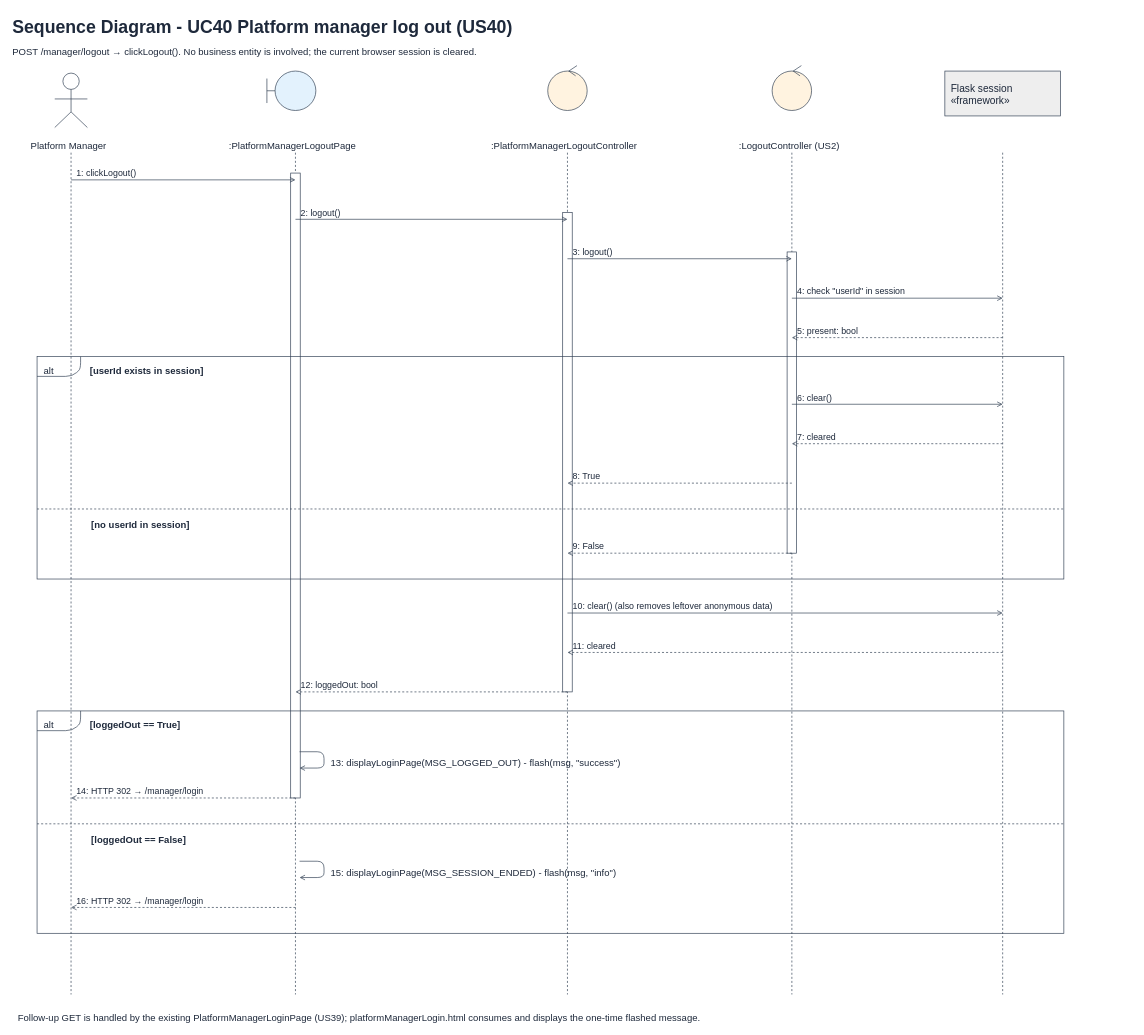
Above: page "6 Sequence Diagram" (7 of 7) of Sprint_3/US40 - Platform Manager Log out/US40 Platform manager log out.drawio in Hanzxc/CSIT314-ARCHSS (draw.io), before the change. Source tidied: cells renumbered, new cells numbered last; positions are measured from the earlier drawing's top-left corner, leaving out a move shared by most shapes. Both pictures are drawn from the tidied source at 68%, with x=0, y=0 at pixel (11, 11).
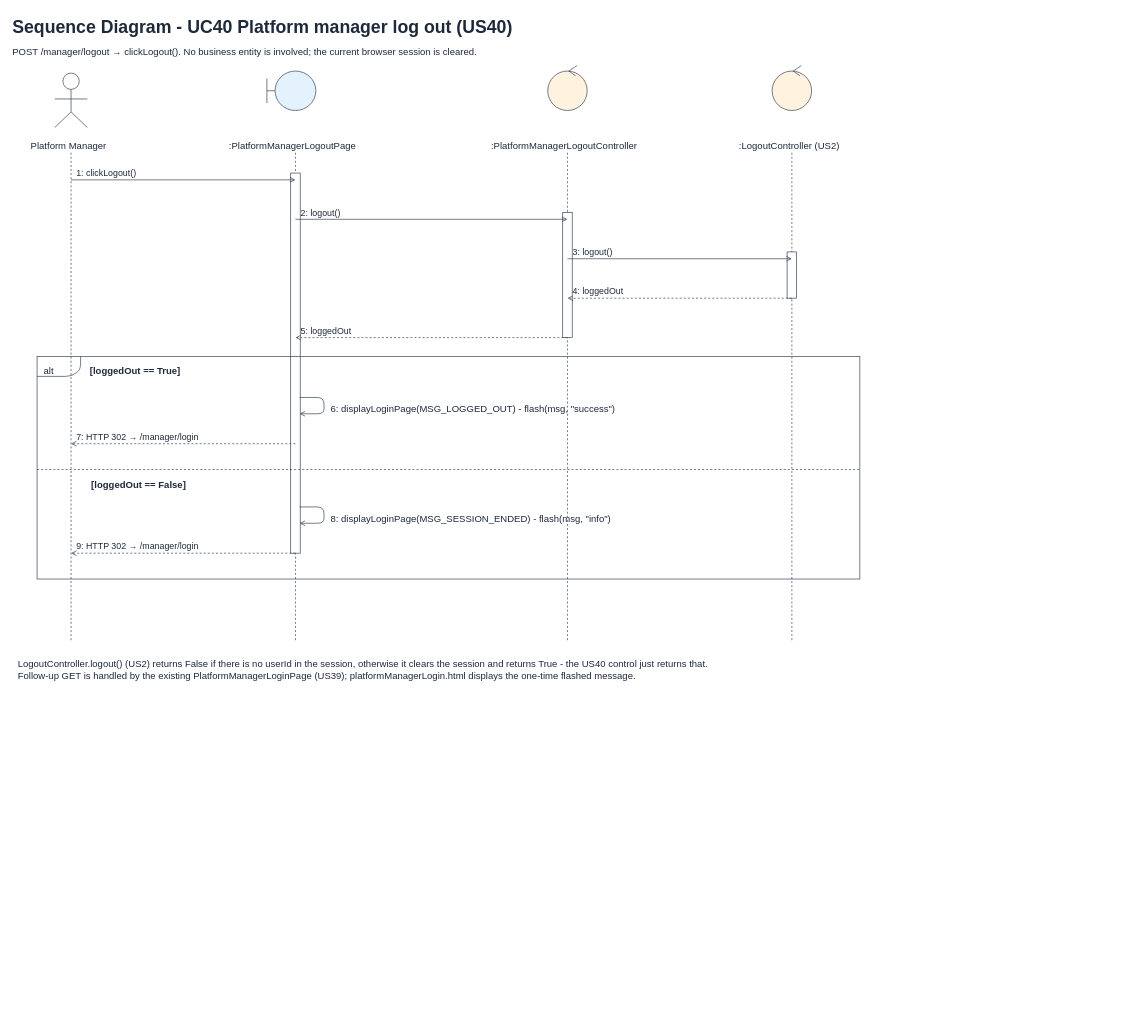
After the change.

Diff of the diagram source:
```diff
@@
-    <mxCell id="3" style="endArrow=none;html=0;dashed=1;strokeColor=#334155;" parent="1" edge="1">
-      <mxGeometry relative="1" as="geometry">
-        <mxPoint x="1458" y="208" as="sourcePoint" />
-        <mxPoint x="1458" y="1446" as="targetPoint" />
-      </mxGeometry>
-    </mxCell>
     <mxCell id="4" style="endArrow=none;html=0;dashed=1;strokeColor=#334155;" parent="1" edge="1">
       <mxGeometry relative="1" as="geometry">
         <mxPoint x="1148" y="208" as="sourcePoint" />
-        <mxPoint x="1148" y="1446" as="targetPoint" />
+        <mxPoint x="1148" y="925" as="targetPoint" />
       </mxGeometry>
     </mxCell>
     <mxCell id="5" style="endArrow=none;html=0;dashed=1;strokeColor=#334155;" parent="1" edge="1">
       <mxGeometry relative="1" as="geometry">
         <mxPoint x="818" y="208" as="sourcePoint" />
-        <mxPoint x="818" y="1446" as="targetPoint" />
+        <mxPoint x="818" y="925" as="targetPoint" />
       </mxGeometry>
     </mxCell>
     <mxCell id="6" style="endArrow=none;html=0;dashed=1;strokeColor=#334155;" parent="1" edge="1">
       <mxGeometry relative="1" as="geometry">
         <mxPoint x="418" y="208" as="sourcePoint" />
-        <mxPoint x="418" y="1446" as="targetPoint" />
+        <mxPoint x="418" y="925" as="targetPoint" />
       </mxGeometry>
     </mxCell>
     <mxCell id="7" style="endArrow=none;html=0;dashed=1;strokeColor=#334155;" parent="1" edge="1">
       <mxGeometry relative="1" as="geometry">
         <mxPoint x="88" y="208" as="sourcePoint" />
-        <mxPoint x="88" y="1446" as="targetPoint" />
+        <mxPoint x="88" y="925" as="targetPoint" />
       </mxGeometry>
     </mxCell>
     <mxCell id="8" style="rounded=0;whiteSpace=wrap;fillColor=#ffffff;strokeColor=#334155;" parent="1" vertex="1">
-      <mxGeometry x="1141" y="354" width="14" height="443" as="geometry" />
+      <mxGeometry x="1141" y="354" width="14" height="68" as="geometry" />
     </mxCell>
     <mxCell id="9" style="rounded=0;whiteSpace=wrap;fillColor=#ffffff;strokeColor=#334155;" parent="1" vertex="1">
-      <mxGeometry x="811" y="296" width="14" height="705" as="geometry" />
+      <mxGeometry x="811" y="296" width="14" height="184" as="geometry" />
     </mxCell>
     <mxCell id="10" style="rounded=0;whiteSpace=wrap;fillColor=#ffffff;strokeColor=#334155;" parent="1" vertex="1">
-      <mxGeometry x="411" y="238" width="14" height="919" as="geometry" />
+      <mxGeometry x="411" y="238" width="14" height="559" as="geometry" />
     </mxCell>
@@
-    <mxCell id="30" style="rounded=0;whiteSpace=wrap;fillColor=#eeeeee;strokeColor=#334155;" parent="1" vertex="1">
-      <mxGeometry x="1373" y="88" width="170" height="66" as="geometry" />
-    </mxCell>
-    <mxCell id="31" value="Flask session&#10;«framework»" style="text;html=0;align=left;verticalAlign=top;fontSize=15;fontStyle=0;fontColor=#1e293b;" parent="1" vertex="1">
-      <mxGeometry x="1380" y="98" width="160" height="44" as="geometry" />
-    </mxCell>
@@
-    <mxCell id="38" style="endArrow=open;html=0;dashed=0;strokeColor=#334155;" parent="1" edge="1">
-      <mxGeometry relative="1" as="geometry">
-        <mxPoint x="1148" y="422" as="sourcePoint" />
-        <mxPoint x="1458" y="422" as="targetPoint" />
-      </mxGeometry>
-    </mxCell>
-    <mxCell id="39" value="4: check &quot;userId&quot; in session" style="text;html=0;align=left;verticalAlign=top;fontSize=13;fontStyle=0;fontColor=#1e293b;" parent="1" vertex="1">
-      <mxGeometry x="1154" y="398" width="302" height="22" as="geometry" />
-    </mxCell>
-    <mxCell id="40" style="endArrow=open;html=0;dashed=1;strokeColor=#334155;" parent="1" edge="1">
-      <mxGeometry relative="1" as="geometry">
-        <mxPoint x="1458" y="480" as="sourcePoint" />
-        <mxPoint x="1148" y="480" as="targetPoint" />
-      </mxGeometry>
-    </mxCell>
-    <mxCell id="41" value="5: present: bool" style="text;html=0;align=left;verticalAlign=top;fontSize=13;fontStyle=0;fontColor=#1e293b;" parent="1" vertex="1">
-      <mxGeometry x="1154" y="456" width="302" height="22" as="geometry" />
-    </mxCell>
-    <mxCell id="42" style="endArrow=open;html=0;dashed=0;strokeColor=#334155;" parent="1" edge="1">
-      <mxGeometry relative="1" as="geometry">
-        <mxPoint x="1148" y="578" as="sourcePoint" />
-        <mxPoint x="1458" y="578" as="targetPoint" />
-      </mxGeometry>
-    </mxCell>
-    <mxCell id="43" value="6: clear()" style="text;html=0;align=left;verticalAlign=top;fontSize=13;fontStyle=0;fontColor=#1e293b;" parent="1" vertex="1">
-      <mxGeometry x="1154" y="554" width="302" height="22" as="geometry" />
-    </mxCell>
-    <mxCell id="44" style="endArrow=open;html=0;dashed=1;strokeColor=#334155;" parent="1" edge="1">
-      <mxGeometry relative="1" as="geometry">
-        <mxPoint x="1458" y="636" as="sourcePoint" />
-        <mxPoint x="1148" y="636" as="targetPoint" />
-      </mxGeometry>
-    </mxCell>
-    <mxCell id="45" value="7: cleared" style="text;html=0;align=left;verticalAlign=top;fontSize=13;fontStyle=0;fontColor=#1e293b;" parent="1" vertex="1">
-      <mxGeometry x="1154" y="612" width="302" height="22" as="geometry" />
-    </mxCell>
     <mxCell id="46" style="endArrow=open;html=0;dashed=1;strokeColor=#334155;" parent="1" edge="1">
       <mxGeometry relative="1" as="geometry">
-        <mxPoint x="1148" y="694" as="sourcePoint" />
-        <mxPoint x="818" y="694" as="targetPoint" />
+        <mxPoint x="1148" y="422" as="sourcePoint" />
+        <mxPoint x="818" y="422" as="targetPoint" />
       </mxGeometry>
     </mxCell>
-    <mxCell id="47" value="8: True" style="text;html=0;align=left;verticalAlign=top;fontSize=13;fontStyle=0;fontColor=#1e293b;" parent="1" vertex="1">
-      <mxGeometry x="824" y="670" width="322" height="22" as="geometry" />
+    <mxCell id="47" value="4: loggedOut" style="text;html=0;align=left;verticalAlign=top;fontSize=13;fontStyle=0;fontColor=#1e293b;" parent="1" vertex="1">
+      <mxGeometry x="824" y="398" width="322" height="22" as="geometry" />
     </mxCell>
-    <mxCell id="48" style="endArrow=open;html=0;dashed=1;strokeColor=#334155;" parent="1" edge="1">
-      <mxGeometry relative="1" as="geometry">
-        <mxPoint x="1148" y="797" as="sourcePoint" />
-        <mxPoint x="818" y="797" as="targetPoint" />
-      </mxGeometry>
-    </mxCell>
-    <mxCell id="49" value="9: False" style="text;html=0;align=left;verticalAlign=top;fontSize=13;fontStyle=0;fontColor=#1e293b;" parent="1" vertex="1">
-      <mxGeometry x="824" y="773" width="322" height="22" as="geometry" />
-    </mxCell>
-    <mxCell id="50" style="rounded=0;whiteSpace=wrap;fillColor=none;strokeColor=#334155;" parent="1" vertex="1">
-      <mxGeometry x="38" y="508" width="1510" height="327" as="geometry" />
-    </mxCell>
-    <mxCell id="51" style="endArrow=none;html=0;dashed=0;strokeColor=#334155;" parent="1" edge="1">
-      <mxGeometry relative="1" as="geometry">
-        <mxPoint x="38" y="537" as="sourcePoint" />
-        <mxPoint x="102" y="508" as="targetPoint" />
-        <Array as="points">
-          <mxPoint x="90" y="537" />
-          <mxPoint x="102" y="526" />
-        </Array>
-      </mxGeometry>
-    </mxCell>
-    <mxCell id="52" value="alt" style="text;html=0;align=left;verticalAlign=top;fontSize=14;fontStyle=0;fontColor=#1e293b;" parent="1" vertex="1">
-      <mxGeometry x="46" y="514" width="23" height="23" as="geometry" />
-    </mxCell>
-    <mxCell id="53" value="[userId exists in session]" style="text;html=0;align=left;verticalAlign=top;fontSize=14;fontStyle=1;fontColor=#1e293b;" parent="1" vertex="1">
-      <mxGeometry x="114" y="514" width="181" height="23" as="geometry" />
-    </mxCell>
-    <mxCell id="54" style="endArrow=none;html=0;dashed=1;strokeColor=#334155;" parent="1" edge="1">
-      <mxGeometry relative="1" as="geometry">
-        <mxPoint x="38" y="732" as="sourcePoint" />
-        <mxPoint x="1548" y="732" as="targetPoint" />
-      </mxGeometry>
-    </mxCell>
-    <mxCell id="55" value="[no userId in session]" style="text;html=0;align=left;verticalAlign=top;fontSize=14;fontStyle=1;fontColor=#1e293b;" parent="1" vertex="1">
-      <mxGeometry x="116" y="740" width="158" height="23" as="geometry" />
-    </mxCell>
-    <mxCell id="56" style="endArrow=open;html=0;dashed=0;strokeColor=#334155;" parent="1" edge="1">
-      <mxGeometry relative="1" as="geometry">
-        <mxPoint x="818" y="885" as="sourcePoint" />
-        <mxPoint x="1458" y="885" as="targetPoint" />
-      </mxGeometry>
-    </mxCell>
-    <mxCell id="57" value="10: clear() (also removes leftover anonymous data)" style="text;html=0;align=left;verticalAlign=top;fontSize=13;fontStyle=0;fontColor=#1e293b;" parent="1" vertex="1">
-      <mxGeometry x="824" y="861" width="632" height="22" as="geometry" />
-    </mxCell>
-    <mxCell id="58" style="endArrow=open;html=0;dashed=1;strokeColor=#334155;" parent="1" edge="1">
-      <mxGeometry relative="1" as="geometry">
-        <mxPoint x="1458" y="943" as="sourcePoint" />
-        <mxPoint x="818" y="943" as="targetPoint" />
-      </mxGeometry>
-    </mxCell>
-    <mxCell id="59" value="11: cleared" style="text;html=0;align=left;verticalAlign=top;fontSize=13;fontStyle=0;fontColor=#1e293b;" parent="1" vertex="1">
-      <mxGeometry x="824" y="919" width="632" height="22" as="geometry" />
-    </mxCell>
     <mxCell id="60" style="endArrow=open;html=0;dashed=1;strokeColor=#334155;" parent="1" edge="1">
       <mxGeometry relative="1" as="geometry">
-        <mxPoint x="818" y="1001" as="sourcePoint" />
-        <mxPoint x="418" y="1001" as="targetPoint" />
+        <mxPoint x="818" y="480" as="sourcePoint" />
+        <mxPoint x="418" y="480" as="targetPoint" />
       </mxGeometry>
     </mxCell>
-    <mxCell id="61" value="12: loggedOut: bool" style="text;html=0;align=left;verticalAlign=top;fontSize=13;fontStyle=0;fontColor=#1e293b;" parent="1" vertex="1">
-      <mxGeometry x="424" y="977" width="392" height="22" as="geometry" />
+    <mxCell id="61" value="5: loggedOut" style="text;html=0;align=left;verticalAlign=top;fontSize=13;fontStyle=0;fontColor=#1e293b;" parent="1" vertex="1">
+      <mxGeometry x="424" y="456" width="392" height="22" as="geometry" />
     </mxCell>
     <mxCell id="62" style="endArrow=open;html=0;dashed=0;strokeColor=#334155;" parent="1" edge="1">
       <mxGeometry relative="1" as="geometry">
-        <mxPoint x="424" y="1089" as="sourcePoint" />
-        <mxPoint x="424" y="1113" as="targetPoint" />
+        <mxPoint x="424" y="568" as="sourcePoint" />
+        <mxPoint x="424" y="592" as="targetPoint" />
         <Array as="points">
-          <mxPoint x="460" y="1089" />
-          <mxPoint x="460" y="1113" />
+          <mxPoint x="460" y="568" />
+          <mxPoint x="460" y="592" />
         </Array>
       </mxGeometry>
     </mxCell>
-    <mxCell id="63" value="13: displayLoginPage(MSG_LOGGED_OUT) - flash(msg, &quot;success&quot;)" style="text;html=0;align=left;verticalAlign=top;fontSize=14;fontStyle=0;fontColor=#1e293b;" parent="1" vertex="1">
-      <mxGeometry x="468" y="1091" width="441" height="23" as="geometry" />
+    <mxCell id="63" value="6: displayLoginPage(MSG_LOGGED_OUT) - flash(msg, &quot;success&quot;)" style="text;html=0;align=left;verticalAlign=top;fontSize=14;fontStyle=0;fontColor=#1e293b;" parent="1" vertex="1">
+      <mxGeometry x="468" y="570" width="441" height="23" as="geometry" />
     </mxCell>
     <mxCell id="64" style="endArrow=open;html=0;dashed=1;strokeColor=#334155;" parent="1" edge="1">
       <mxGeometry relative="1" as="geometry">
-        <mxPoint x="418" y="1157" as="sourcePoint" />
-        <mxPoint x="88" y="1157" as="targetPoint" />
+        <mxPoint x="418" y="636" as="sourcePoint" />
+        <mxPoint x="88" y="636" as="targetPoint" />
       </mxGeometry>
     </mxCell>
-    <mxCell id="65" value="14: HTTP 302 → /manager/login" style="text;html=0;align=left;verticalAlign=top;fontSize=13;fontStyle=0;fontColor=#1e293b;" parent="1" vertex="1">
-      <mxGeometry x="94" y="1133" width="322" height="22" as="geometry" />
+    <mxCell id="65" value="7: HTTP 302 → /manager/login" style="text;html=0;align=left;verticalAlign=top;fontSize=13;fontStyle=0;fontColor=#1e293b;" parent="1" vertex="1">
+      <mxGeometry x="94" y="612" width="322" height="22" as="geometry" />
     </mxCell>
     <mxCell id="66" style="endArrow=open;html=0;dashed=0;strokeColor=#334155;" parent="1" edge="1">
       <mxGeometry relative="1" as="geometry">
-        <mxPoint x="424" y="1250" as="sourcePoint" />
-        <mxPoint x="424" y="1274" as="targetPoint" />
+        <mxPoint x="424" y="729" as="sourcePoint" />
+        <mxPoint x="424" y="753" as="targetPoint" />
         <Array as="points">
-          <mxPoint x="460" y="1250" />
-          <mxPoint x="460" y="1274" />
+          <mxPoint x="460" y="729" />
+          <mxPoint x="460" y="753" />
         </Array>
       </mxGeometry>
     </mxCell>
-    <mxCell id="67" value="15: displayLoginPage(MSG_SESSION_ENDED) - flash(msg, &quot;info&quot;)" style="text;html=0;align=left;verticalAlign=top;fontSize=14;fontStyle=0;fontColor=#1e293b;" parent="1" vertex="1">
-      <mxGeometry x="468" y="1252" width="432" height="23" as="geometry" />
+    <mxCell id="67" value="8: displayLoginPage(MSG_SESSION_ENDED) - flash(msg, &quot;info&quot;)" style="text;html=0;align=left;verticalAlign=top;fontSize=14;fontStyle=0;fontColor=#1e293b;" parent="1" vertex="1">
+      <mxGeometry x="468" y="731" width="432" height="23" as="geometry" />
     </mxCell>
     <mxCell id="68" style="endArrow=open;html=0;dashed=1;strokeColor=#334155;" parent="1" edge="1">
       <mxGeometry relative="1" as="geometry">
-        <mxPoint x="418" y="1318" as="sourcePoint" />
-        <mxPoint x="88" y="1318" as="targetPoint" />
+        <mxPoint x="418" y="797" as="sourcePoint" />
+        <mxPoint x="88" y="797" as="targetPoint" />
       </mxGeometry>
     </mxCell>
-    <mxCell id="69" value="16: HTTP 302 → /manager/login" style="text;html=0;align=left;verticalAlign=top;fontSize=13;fontStyle=0;fontColor=#1e293b;" parent="1" vertex="1">
-      <mxGeometry x="94" y="1294" width="322" height="22" as="geometry" />
+    <mxCell id="69" value="9: HTTP 302 → /manager/login" style="text;html=0;align=left;verticalAlign=top;fontSize=13;fontStyle=0;fontColor=#1e293b;" parent="1" vertex="1">
+      <mxGeometry x="94" y="773" width="322" height="22" as="geometry" />
     </mxCell>
     <mxCell id="70" style="rounded=0;whiteSpace=wrap;fillColor=none;strokeColor=#334155;" parent="1" vertex="1">
-      <mxGeometry x="38" y="1029" width="1510" height="327" as="geometry" />
+      <mxGeometry x="38" y="508" width="1210" height="327" as="geometry" />
     </mxCell>
     <mxCell id="71" style="endArrow=none;html=0;dashed=0;strokeColor=#334155;" parent="1" edge="1">
       <mxGeometry relative="1" as="geometry">
-        <mxPoint x="38" y="1058" as="sourcePoint" />
-        <mxPoint x="102" y="1029" as="targetPoint" />
+        <mxPoint x="38" y="537" as="sourcePoint" />
+        <mxPoint x="102" y="508" as="targetPoint" />
         <Array as="points">
-          <mxPoint x="90" y="1058" />
-          <mxPoint x="102" y="1047" />
+          <mxPoint x="90" y="537" />
+          <mxPoint x="102" y="526" />
         </Array>
       </mxGeometry>
     </mxCell>
     <mxCell id="72" value="alt" style="text;html=0;align=left;verticalAlign=top;fontSize=14;fontStyle=0;fontColor=#1e293b;" parent="1" vertex="1">
-      <mxGeometry x="46" y="1035" width="23" height="23" as="geometry" />
+      <mxGeometry x="46" y="514" width="23" height="23" as="geometry" />
     </mxCell>
     <mxCell id="73" value="[loggedOut == True]" style="text;html=0;align=left;verticalAlign=top;fontSize=14;fontStyle=1;fontColor=#1e293b;" parent="1" vertex="1">
-      <mxGeometry x="114" y="1035" width="146" height="23" as="geometry" />
+      <mxGeometry x="114" y="514" width="146" height="23" as="geometry" />
     </mxCell>
     <mxCell id="74" style="endArrow=none;html=0;dashed=1;strokeColor=#334155;" parent="1" edge="1">
       <mxGeometry relative="1" as="geometry">
-        <mxPoint x="38" y="1195" as="sourcePoint" />
-        <mxPoint x="1548" y="1195" as="targetPoint" />
+        <mxPoint x="38" y="674" as="sourcePoint" />
+        <mxPoint x="1248" y="674" as="targetPoint" />
       </mxGeometry>
     </mxCell>
     <mxCell id="75" value="[loggedOut == False]" style="text;html=0;align=left;verticalAlign=top;fontSize=14;fontStyle=1;fontColor=#1e293b;" parent="1" vertex="1">
-      <mxGeometry x="116" y="1203" width="152" height="23" as="geometry" />
+      <mxGeometry x="116" y="682" width="152" height="23" as="geometry" />
     </mxCell>
-    <mxCell id="76" value="Follow-up GET is handled by the existing PlatformManagerLoginPage (US39); platformManagerLogin.html consumes and displays the one-time flashed message." style="text;html=0;align=left;verticalAlign=top;fontSize=14;fontStyle=0;fontColor=#1e293b;" parent="1" vertex="1">
-      <mxGeometry x="8" y="1466" width="1033" height="23" as="geometry" />
+    <mxCell id="76" value="LogoutController.logout() (US2) returns False if there is no userId in the session, otherwise it clears the session and returns True - the US40 control just returns that.&#10;Follow-up GET is handled by the existing PlatformManagerLoginPage (US39); platformManagerLogin.html displays the one-time flashed message." style="text;html=0;align=left;verticalAlign=top;fontSize=14;fontStyle=0;fontColor=#1e293b;" parent="1" vertex="1">
+      <mxGeometry x="8" y="945" width="1240" height="42" as="geometry" />
     </mxCell>
```
